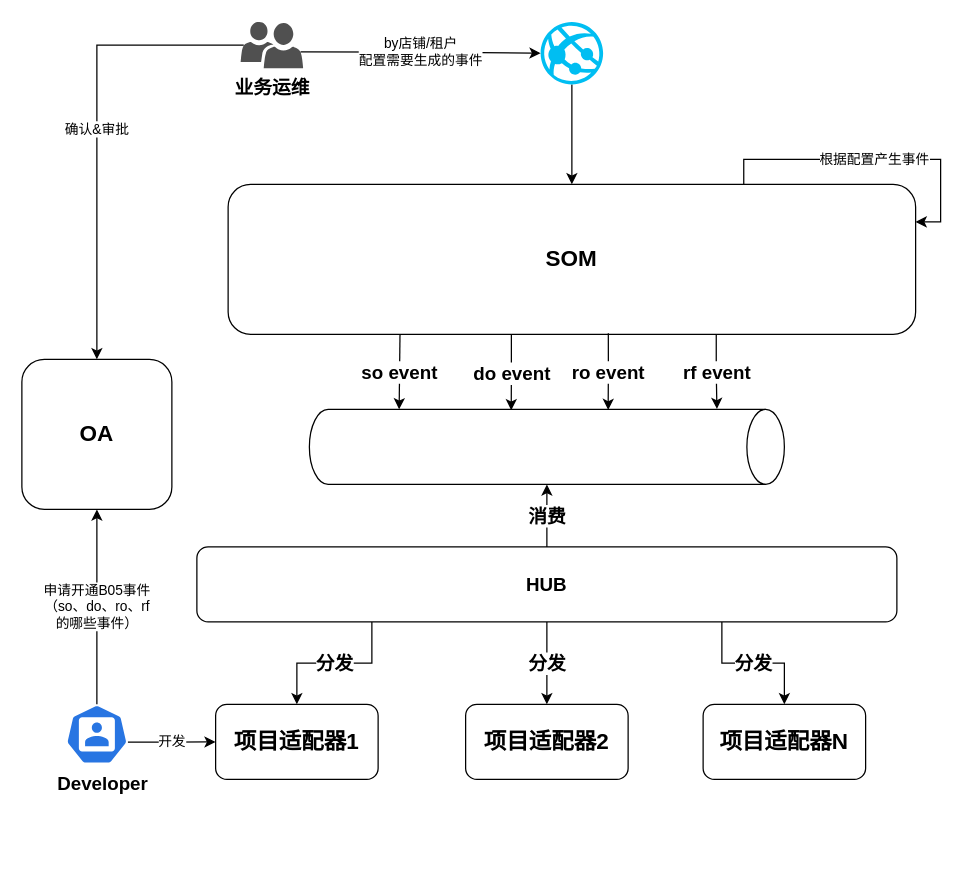
Earlier version of the draw.io diagram page "b05-event-desigin" (6 of 8) of projects.drawio (jackie-thank/beego-authz). Source tidied: cells renumbered, new cells numbered last; positions are measured from the earlier drawing's top-left corner, leaving out a move shared by most shapes. Both pictures are drawn from the tidied source at 125%, with x=0, y=0 at pixel (21, 21).
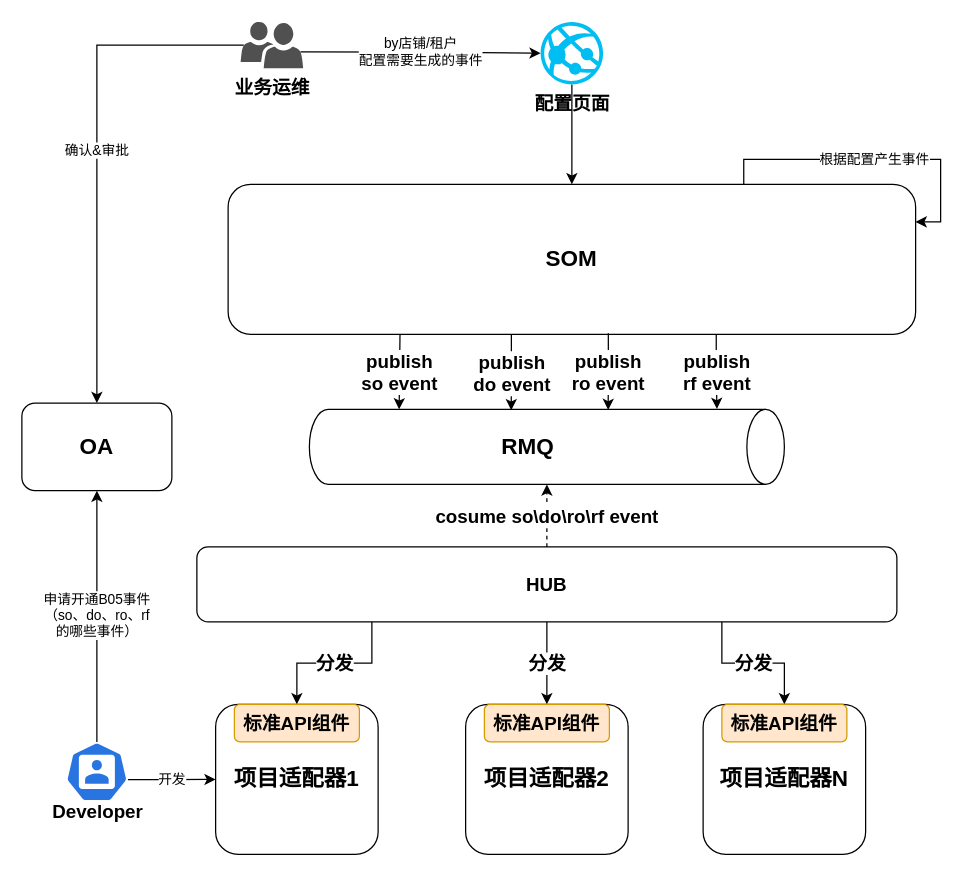
Above is the later version.

The change refers to these unchanged cells:
```xml
<mxCell id="3" value="&lt;div style=&quot;font-size: 18px;&quot;&gt;SOM&lt;/div&gt;" style="rounded=1;whiteSpace=wrap;html=1;fontSize=18;fontStyle=1;" parent="1" vertex="1">
  <mxGeometry x="165" y="130" width="550" height="120" as="geometry" />
</mxCell>
<mxCell id="9" style="shape=cylinder3;whiteSpace=wrap;html=1;boundedLbl=1;backgroundOutline=1;size=15;rotation=90;" parent="1" vertex="1">
  <mxGeometry x="390" y="150" width="60" height="380" as="geometry" />
</mxCell>
<mxCell id="16" value="HUB" style="rounded=1;whiteSpace=wrap;html=1;fontSize=15;fontStyle=1;" parent="1" vertex="1">
  <mxGeometry x="140" y="420" width="560" height="60" as="geometry" />
</mxCell>
```

What changed in the source:
```diff
@@
-    <mxCell id="2" value="do event" style="edgeStyle=orthogonalEdgeStyle;rounded=0;jettySize=auto;html=1;exitX=0.412;exitY=0.997;exitDx=0;exitDy=0;exitPerimeter=0;entryX=0.012;entryY=0.575;entryDx=0;entryDy=0;entryPerimeter=0;fontSize=15;fontStyle=1;" parent="1" edge="1" source="3" target="9">
+    <mxCell id="2" value="&lt;div&gt;publish&lt;/div&gt;&lt;div&gt;do event&lt;/div&gt;" style="edgeStyle=orthogonalEdgeStyle;rounded=0;jettySize=auto;html=1;exitX=0.412;exitY=0.997;exitDx=0;exitDy=0;exitPerimeter=0;entryX=0.012;entryY=0.575;entryDx=0;entryDy=0;entryPerimeter=0;fontSize=15;fontStyle=1;" parent="1" edge="1" source="3" target="9">
       <mxGeometry relative="1" as="geometry" />
     </mxCell>
@@
-    <mxCell id="5" style="verticalLabelPosition=bottom;html=1;verticalAlign=top;align=center;strokeColor=none;fillColor=#00BEF2;shape=mxgraph.azure.azure_website;" parent="1" vertex="1">
+    <mxCell id="5" value="配置页面" style="verticalLabelPosition=bottom;html=1;verticalAlign=top;align=center;strokeColor=none;fillColor=#00BEF2;shape=mxgraph.azure.azure_website;fontSize=15;fontStyle=1;" parent="1" vertex="1">
       <mxGeometry x="415" width="50" height="50" as="geometry" />
     </mxCell>
@@
-    <mxCell id="10" value="&lt;div style=&quot;font-size: 15px;&quot;&gt;so event&lt;br style=&quot;font-size: 15px;&quot;&gt;&lt;/div&gt;" style="rounded=0;jettySize=auto;html=1;exitX=0.25;exitY=1;exitDx=0;exitDy=0;entryX=0;entryY=0.811;entryDx=0;entryDy=0;entryPerimeter=0;fontSize=15;fontStyle=1;" parent="1" edge="1" source="3" target="9">
+    <mxCell id="10" value="publish&lt;div style=&quot;font-size: 15px;&quot;&gt;so event&lt;br style=&quot;font-size: 15px;&quot;&gt;&lt;/div&gt;" style="rounded=0;jettySize=auto;html=1;exitX=0.25;exitY=1;exitDx=0;exitDy=0;entryX=0;entryY=0.811;entryDx=0;entryDy=0;entryPerimeter=0;fontSize=15;fontStyle=1;" parent="1" edge="1" source="3" target="9">
       <mxGeometry relative="1" as="geometry" />
     </mxCell>
-    <mxCell id="11" value="ro event" style="edgeStyle=orthogonalEdgeStyle;rounded=0;jettySize=auto;html=1;exitX=0.553;exitY=0.993;exitDx=0;exitDy=0;entryX=0.007;entryY=0.371;entryDx=0;entryDy=0;entryPerimeter=0;exitPerimeter=0;fontSize=15;fontStyle=1;" parent="1" edge="1" source="3" target="9">
+    <mxCell id="11" value="&lt;div&gt;publish&lt;/div&gt;&lt;div&gt;ro event&lt;/div&gt;" style="edgeStyle=orthogonalEdgeStyle;rounded=0;jettySize=auto;html=1;exitX=0.553;exitY=0.993;exitDx=0;exitDy=0;entryX=0.007;entryY=0.371;entryDx=0;entryDy=0;entryPerimeter=0;exitPerimeter=0;fontSize=15;fontStyle=1;" parent="1" edge="1" source="3" target="9">
       <mxGeometry relative="1" as="geometry" />
     </mxCell>
-    <mxCell id="12" value="rf event" style="edgeStyle=orthogonalEdgeStyle;rounded=0;jettySize=auto;html=1;exitX=0.71;exitY=1;exitDx=0;exitDy=0;entryX=-0.006;entryY=0.142;entryDx=0;entryDy=0;entryPerimeter=0;exitPerimeter=0;fontSize=15;fontStyle=1;" parent="1" edge="1" source="3" target="9">
+    <mxCell id="12" value="&lt;div&gt;publish&lt;/div&gt;&lt;div&gt;rf event&lt;/div&gt;" style="edgeStyle=orthogonalEdgeStyle;rounded=0;jettySize=auto;html=1;exitX=0.71;exitY=1;exitDx=0;exitDy=0;entryX=-0.006;entryY=0.142;entryDx=0;entryDy=0;entryPerimeter=0;exitPerimeter=0;fontSize=15;fontStyle=1;" parent="1" edge="1" source="3" target="9">
       <mxGeometry relative="1" as="geometry" />
     </mxCell>
@@
     <mxCell id="17" value="项目适配器1" style="rounded=1;whiteSpace=wrap;html=1;fontSize=18;fontStyle=1;" parent="1" vertex="1">
-      <mxGeometry x="155" y="546" width="130" height="60" as="geometry" />
+      <mxGeometry x="155" y="546" width="130" height="120" as="geometry" />
     </mxCell>
@@
     <mxCell id="20" style="sketch=0;html=1;dashed=0;whitespace=wrap;fillColor=#2875E2;strokeColor=#ffffff;points=[[0.005,0.63,0],[0.1,0.2,0],[0.9,0.2,0],[0.5,0,0],[0.995,0.63,0],[0.72,0.99,0],[0.5,1,0],[0.28,0.99,0]];shape=mxgraph.kubernetes.icon2;prIcon=user;" parent="1" vertex="1">
-      <mxGeometry x="35" y="546" width="50" height="48" as="geometry" />
+      <mxGeometry x="35" y="576" width="50" height="48" as="geometry" />
     </mxCell>
     <mxCell id="21" value="OA" style="rounded=1;whiteSpace=wrap;html=1;fontSize=18;fontStyle=1;" parent="1" vertex="1">
-      <mxGeometry y="270" width="120" height="120" as="geometry" />
+      <mxGeometry y="305" width="120" height="70" as="geometry" />
     </mxCell>
     <mxCell id="22" value="Developer" style="text;html=1;align=center;verticalAlign=middle;whiteSpace=wrap;rounded=0;fontSize=15;fontStyle=1;" parent="1" vertex="1">
-      <mxGeometry x="35" y="594" width="60" height="30" as="geometry" />
+      <mxGeometry x="31" y="616" width="60" height="30" as="geometry" />
     </mxCell>
-    <mxCell id="23" value="消费" style="edgeStyle=orthogonalEdgeStyle;rounded=0;jettySize=auto;html=1;exitX=0.5;exitY=0;exitDx=0;exitDy=0;entryX=1;entryY=0.5;entryDx=0;entryDy=0;entryPerimeter=0;fontSize=15;fontStyle=1;" parent="1" edge="1" source="16" target="9">
+    <mxCell id="23" value="cosume so\do\ro\rf event" style="edgeStyle=orthogonalEdgeStyle;rounded=0;jettySize=auto;html=1;exitX=0.5;exitY=0;exitDx=0;exitDy=0;entryX=1;entryY=0.5;entryDx=0;entryDy=0;entryPerimeter=0;fontSize=15;fontStyle=1;dashed=1;" parent="1" edge="1" source="16" target="9">
       <mxGeometry relative="1" as="geometry" />
     </mxCell>
     <mxCell id="24" value="项目适配器2" style="rounded=1;whiteSpace=wrap;html=1;fontSize=18;fontStyle=1;" parent="1" vertex="1">
-      <mxGeometry x="355" y="546" width="130" height="60" as="geometry" />
+      <mxGeometry x="355" y="546" width="130" height="120" as="geometry" />
     </mxCell>
     <mxCell id="25" value="项目适配器N" style="rounded=1;whiteSpace=wrap;html=1;fontSize=18;fontStyle=1;" parent="1" vertex="1">
-      <mxGeometry x="545" y="546" width="130" height="60" as="geometry" />
+      <mxGeometry x="545" y="546" width="130" height="120" as="geometry" />
     </mxCell>
@@
+    <mxCell id="27" value="RMQ" style="text;html=1;align=center;verticalAlign=middle;whiteSpace=wrap;rounded=0;fontSize=18;fontStyle=1;" parent="1" vertex="1">
+      <mxGeometry x="375" y="325" width="60" height="30" as="geometry" />
+    </mxCell>
+    <mxCell id="28" value="标准API组件" style="rounded=1;whiteSpace=wrap;html=1;fontSize=15;fontStyle=1;fillColor=#ffe6cc;strokeColor=#d79b00;" parent="1" vertex="1">
+      <mxGeometry x="170" y="546" width="100" height="30" as="geometry" />
+    </mxCell>
+    <mxCell id="29" value="标准API组件" style="rounded=1;whiteSpace=wrap;html=1;fontSize=15;fontStyle=1;fillColor=#ffe6cc;strokeColor=#d79b00;" parent="1" vertex="1">
+      <mxGeometry x="370" y="546" width="100" height="30" as="geometry" />
+    </mxCell>
+    <mxCell id="30" value="标准API组件" style="rounded=1;whiteSpace=wrap;html=1;fontSize=15;fontStyle=1;fillColor=#ffe6cc;strokeColor=#d79b00;" parent="1" vertex="1">
+      <mxGeometry x="560" y="546" width="100" height="30" as="geometry" />
+    </mxCell>
```
